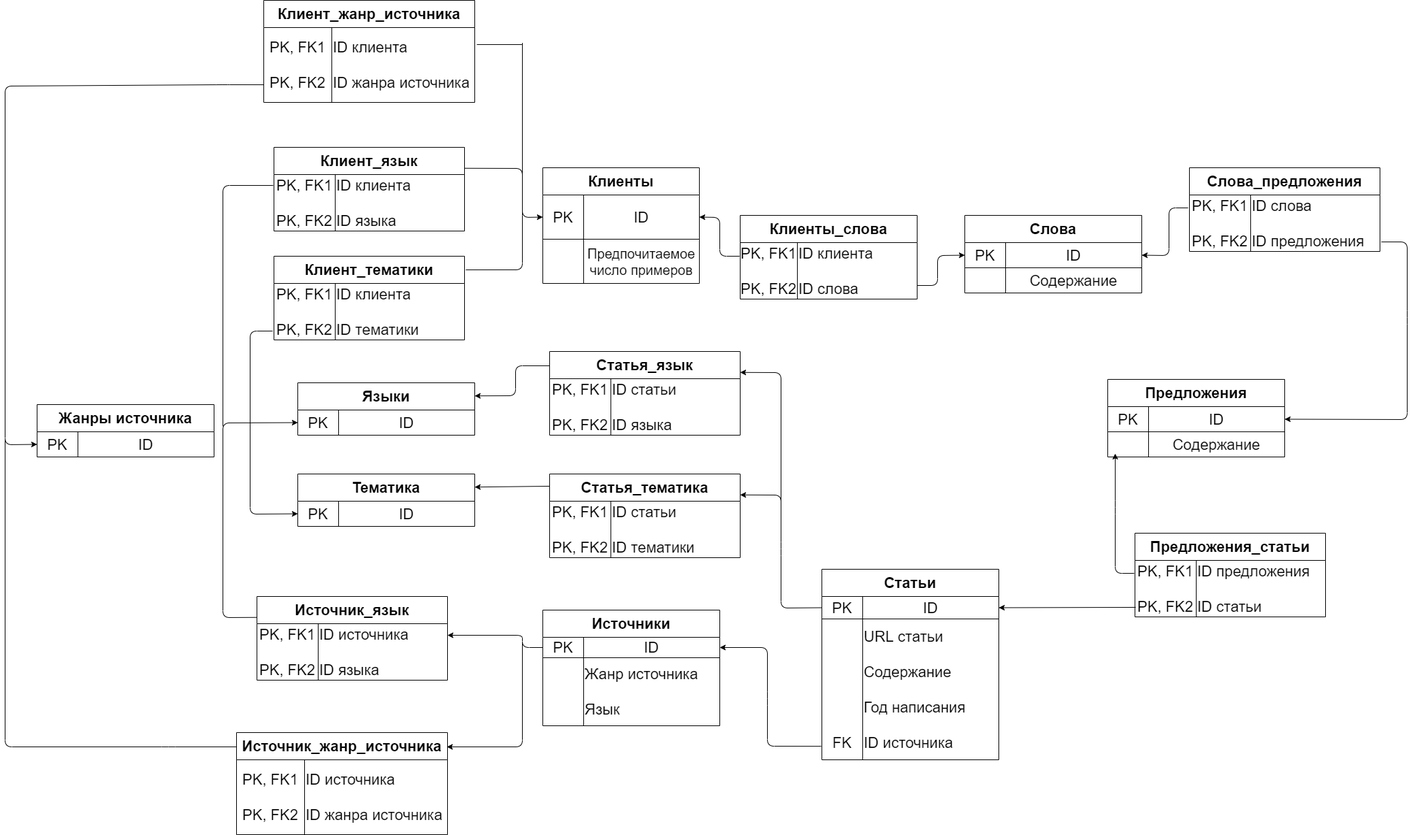
Before: TRD_updated.png, a diagram exported from draw.io (AgeevAA/DB-project). Source tidied: cells renumbered, new cells last; positions are measured from the earlier drawing's top-left corner, leaving out a move shared by most shapes.
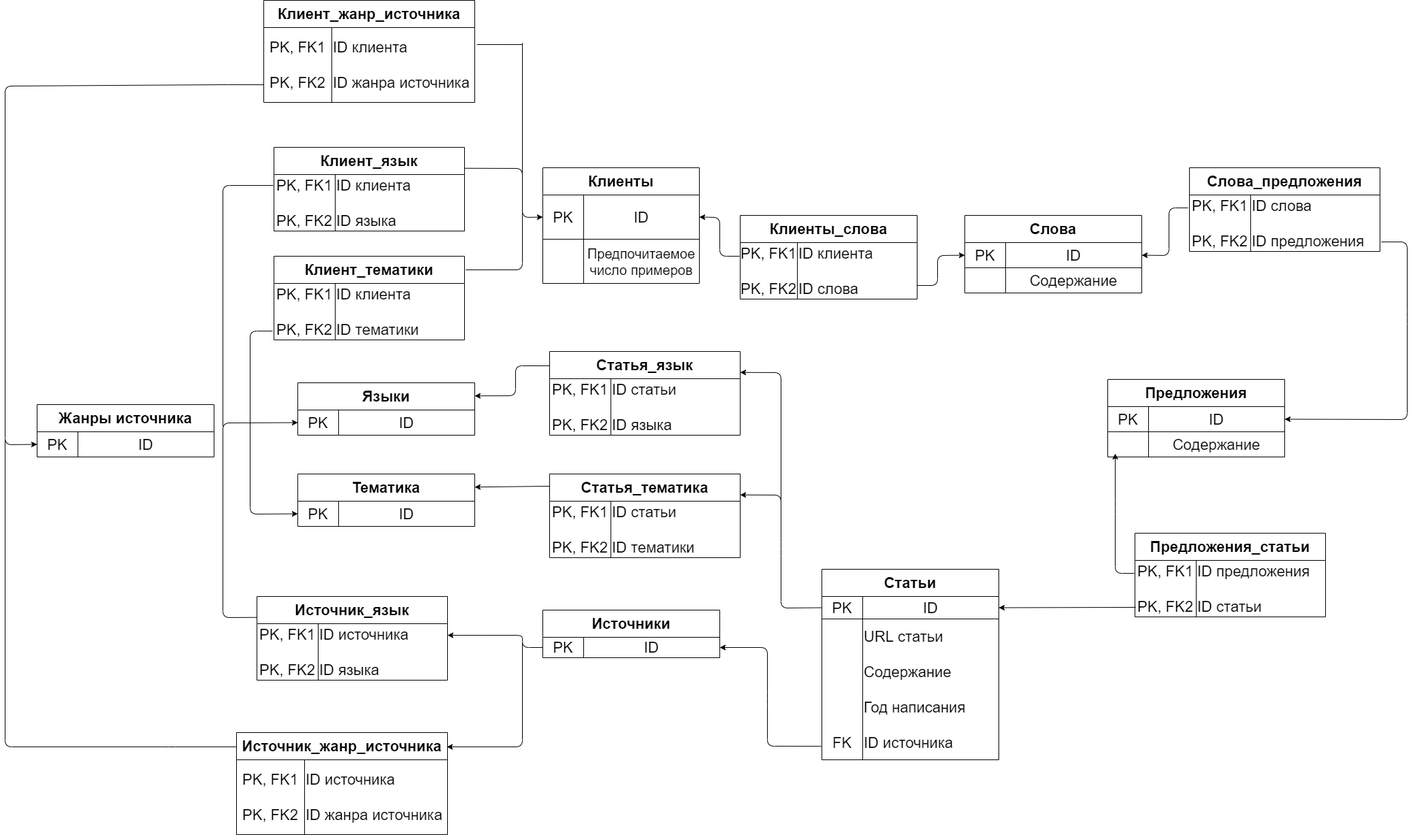
The same file after the commit.

Commit message:
new TRD ver

Diff of the diagram source:
```diff
@@ -45,7 +45,7 @@
       <mxGeometry x="60" width="200" height="37" as="geometry" />
     </mxCell>
     <mxCell id="16" value="&lt;span style=&quot;font-size: 22px&quot;&gt;Источники&lt;/span&gt;" style="shape=table;html=1;whiteSpace=wrap;startSize=40;fontStyle=1;align=center;" parent="1" vertex="1">
-      <mxGeometry x="790" y="896" width="260" height="170" as="geometry" />
+      <mxGeometry x="790" y="896" width="260" height="70" as="geometry" />
     </mxCell>
     <mxCell id="17" style="shape=partialRectangle;html=1;whiteSpace=wrap;fillColor=none;top=0;left=0;bottom=0;right=0;points=[[0,0.5],[1,0.5]];portConstraint=eastwest;" parent="16" vertex="1">
       <mxGeometry y="40" width="260" height="30" as="geometry" />
@@ -56,15 +56,6 @@
     <mxCell id="19" value="&lt;font style=&quot;font-size: 22px&quot;&gt;ID&lt;/font&gt;" style="shape=partialRectangle;html=1;whiteSpace=wrap;fillColor=none;top=0;left=0;bottom=0;right=0;overflow=hidden;" parent="17" vertex="1">
       <mxGeometry x="60" width="200" height="30" as="geometry" />
     </mxCell>
-    <mxCell id="20" style="shape=partialRectangle;html=1;whiteSpace=wrap;fillColor=none;top=0;left=0;bottom=0;right=0;" parent="16" vertex="1">
-      <mxGeometry y="70" width="260" height="100" as="geometry" />
-    </mxCell>
-    <mxCell id="21" style="shape=partialRectangle;html=1;whiteSpace=wrap;fillColor=none;top=0;left=0;bottom=0;right=0;overflow=hidden;" parent="20" vertex="1">
-      <mxGeometry width="60" height="100" as="geometry" />
-    </mxCell>
-    <mxCell id="22" value="&lt;font style=&quot;font-size: 22px&quot;&gt;Жанр источника&lt;br&gt;&lt;br&gt;Язык&lt;/font&gt;" style="shape=partialRectangle;html=1;whiteSpace=wrap;fillColor=none;top=0;left=0;bottom=0;right=0;overflow=hidden;align=left;" parent="20" vertex="1">
-      <mxGeometry x="60" width="200" height="100" as="geometry" />
-    </mxCell>
     <mxCell id="23" value="&lt;span style=&quot;font-size: 22px&quot;&gt;Статьи&lt;/span&gt;" style="shape=table;html=1;whiteSpace=wrap;startSize=40;fontStyle=1;align=center;" parent="1" vertex="1">
       <mxGeometry x="1200" y="836" width="260" height="280" as="geometry" />
     </mxCell>
```
